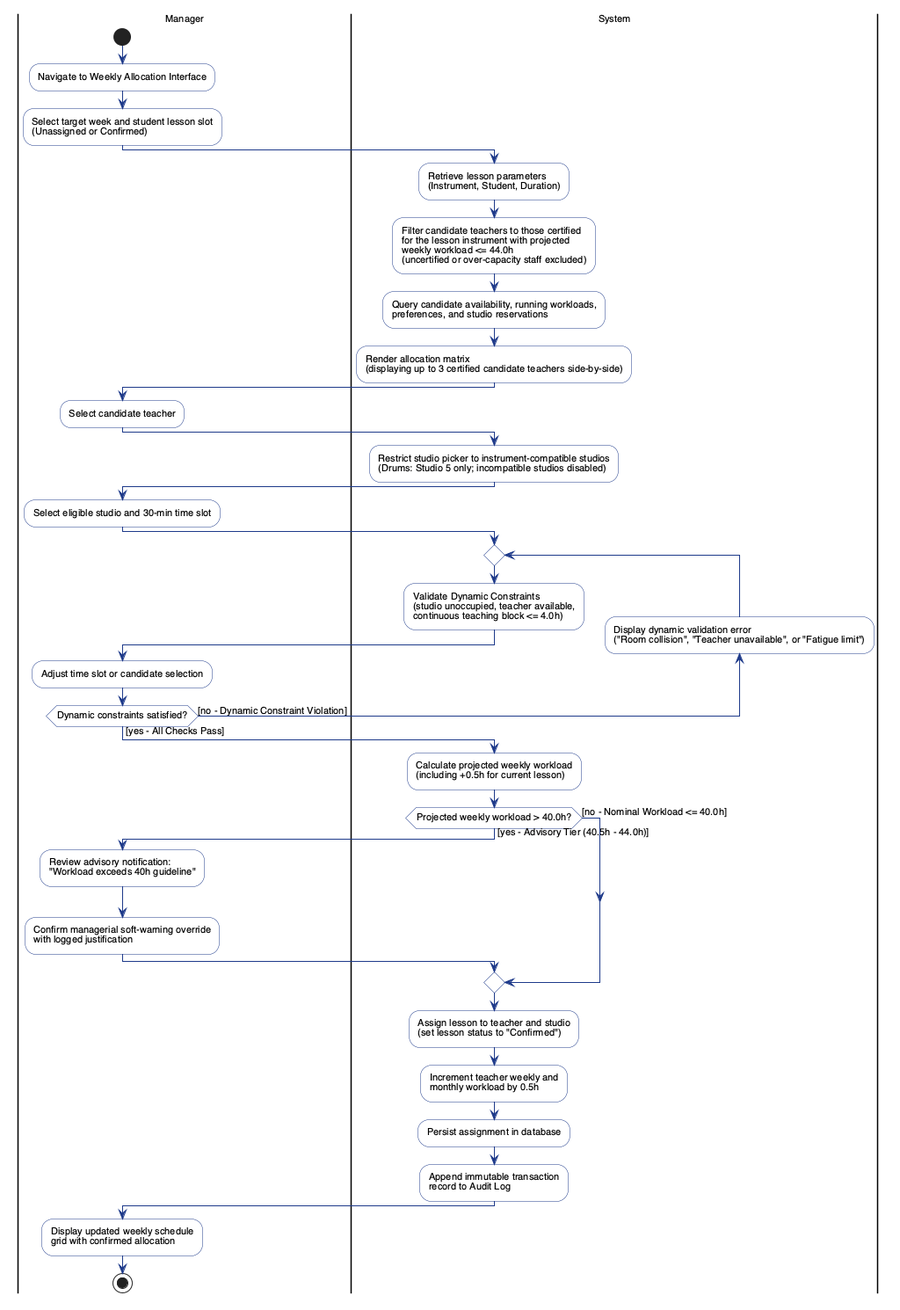
Earlier version of the PlantUML export report/assets/activity_allocation.png (adoreblvnk/2001temp).
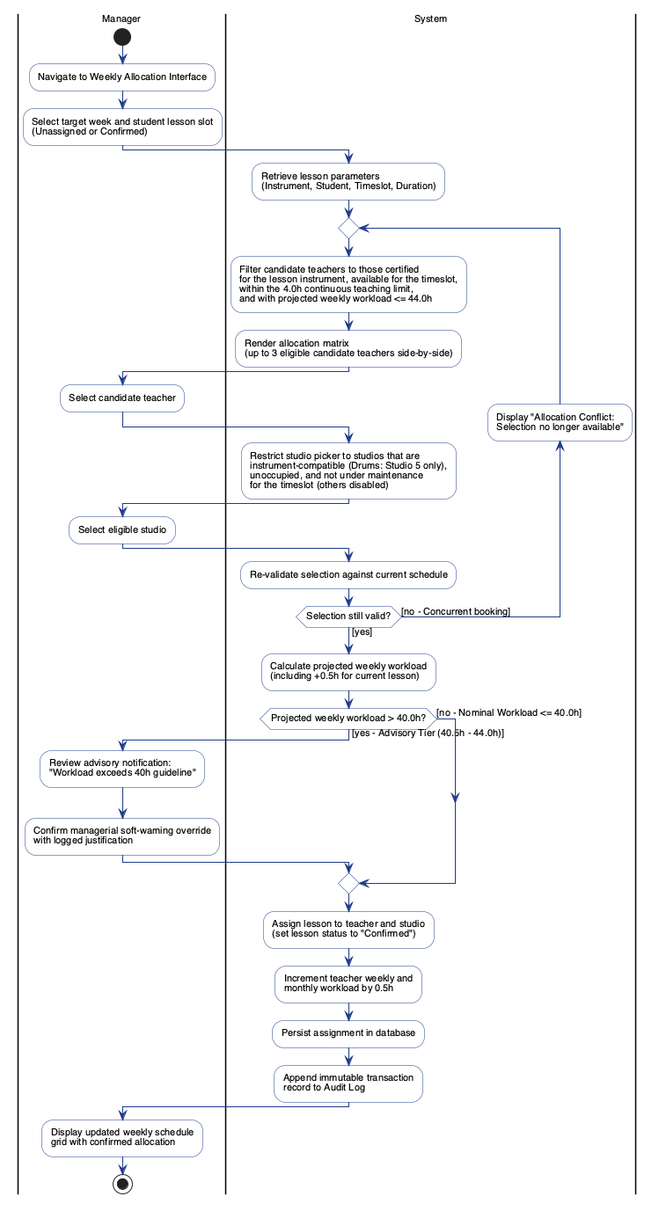
The same diagram one commit later.

Diff of the diagram source:
```diff
@@ -19,37 +19,34 @@
 
 |System|
 :Retrieve lesson parameters
-(Instrument, Student, Duration);
+(Instrument, Student, Timeslot, Duration);
 
-:Filter candidate teachers to those certified
-for the lesson instrument with projected
-weekly workload <= 44.0h
-(uncertified or over-capacity staff excluded);
-:Query candidate availability, running workloads,
-preferences, and studio reservations;
-:Render allocation matrix
-(displaying up to 3 certified candidate teachers side-by-side);
+repeat
+    |System|
+    :Filter candidate teachers to those certified
+    for the lesson instrument, available for the timeslot,
+    within the 4.0h continuous teaching limit,
+    and with projected weekly workload <= 44.0h;
+    :Render allocation matrix
+    (up to 3 eligible candidate teachers side-by-side);
 
-|Manager|
-:Select candidate teacher;
+    |Manager|
+    :Select candidate teacher;
 
-|System|
-:Restrict studio picker to instrument-compatible studios
-(Drums: Studio 5 only; incompatible studios disabled);
+    |System|
+    :Restrict studio picker to studios that are
+    instrument-compatible (Drums: Studio 5 only),
+    unoccupied, and not under maintenance
+    for the timeslot (others disabled);
 
-|Manager|
-:Select eligible studio and 30-min time slot;
+    |Manager|
+    :Select eligible studio;
 
-|System|
-repeat
-    :Validate Dynamic Constraints
-    (studio unoccupied, teacher available,
-    continuous teaching block <= 4.0h);
-    backward:Display dynamic validation error
-    ("Room collision", "Teacher unavailable", or "Fatigue limit");
-    |Manager|
-    :Adjust time slot or candidate selection;
-repeat while (Dynamic constraints satisfied?) is ([no - Dynamic Constraint Violation]) not ([yes - All Checks Pass])
+    |System|
+    :Re-validate selection against current schedule;
+    backward:Display "Allocation Conflict:
+    Selection no longer available";
+repeat while (Selection still valid?) is ([no - Concurrent booking]) not ([yes])
 
 |System|
 :Calculate projected weekly workload
```
